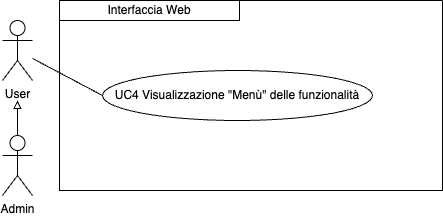
ShameIRL/farmacode keeps this draw.io diagram as imgs/Uml/UC4.png. Above is the earlier version. Source tidied: cells renumbered, new cells last; positions are measured from the earlier drawing's top-left corner, leaving out a move shared by most shapes.
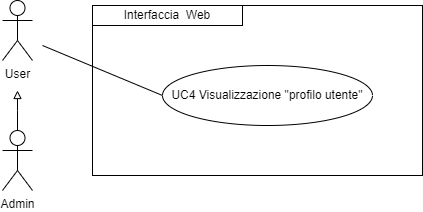
Above is the later version.

What changed in the source:
```diff
@@ -2,28 +2,34 @@
   <root>
     <mxCell id="0" />
     <mxCell id="1" parent="0" />
+    <mxCell id="9" style="edgeStyle=orthogonalEdgeStyle;rounded=0;jettySize=auto;html=1;strokeColor=#000000;endArrow=block;endFill=0;" parent="1" edge="1" source="7">
+      <mxGeometry relative="1" as="geometry">
+        <mxPoint x="105" y="185" as="targetPoint" />
+        <Array as="points">
+          <mxPoint x="105" y="205" />
+          <mxPoint x="105" y="205" />
+        </Array>
+      </mxGeometry>
+    </mxCell>
+    <mxCell id="7" value="Admin" style="shape=umlActor;verticalLabelPosition=bottom;verticalAlign=top;html=1;outlineConnect=0;" parent="1" vertex="1">
+      <mxGeometry x="90" y="225" width="30" height="60" as="geometry" />
+    </mxCell>
     <mxCell id="2" value="User" style="shape=umlActor;verticalLabelPosition=bottom;verticalAlign=top;html=1;outlineConnect=0;" parent="1" vertex="1">
-      <mxGeometry y="20" width="30" height="60" as="geometry" />
+      <mxGeometry x="90" y="95" width="30" height="60" as="geometry" />
     </mxCell>
-    <mxCell id="3" style="swimlane;startSize=0;" parent="1" vertex="1">
-      <mxGeometry x="57" width="383" height="190" as="geometry" />
-    </mxCell>
-    <mxCell id="4" value="UC4 Visualizzazione &quot;Menù&quot; delle funzionalità" style="ellipse;whiteSpace=wrap;html=1;" parent="3" vertex="1">
-      <mxGeometry x="43" y="70" width="270" height="50" as="geometry" />
-    </mxCell>
-    <mxCell id="5" value="Interfaccia Web" style="rounded=0;whiteSpace=wrap;html=1;" parent="3" vertex="1">
-      <mxGeometry width="180" height="20" as="geometry" />
-    </mxCell>
-    <mxCell id="6" style="edgeStyle=orthogonalEdgeStyle;rounded=0;jettySize=auto;html=1;exitX=0.5;exitY=0;exitDx=0;exitDy=0;exitPerimeter=0;endArrow=block;endFill=0;" parent="1" edge="1" source="7">
-      <mxGeometry relative="1" as="geometry">
-        <mxPoint x="15" y="100" as="targetPoint" />
-      </mxGeometry>
-    </mxCell>
-    <mxCell id="7" value="Admin" style="shape=umlActor;verticalLabelPosition=bottom;verticalAlign=top;html=1;outlineConnect=0;" parent="1" vertex="1">
-      <mxGeometry y="135" width="30" height="60" as="geometry" />
-    </mxCell>
-    <mxCell id="8" style="endArrow=none;html=1;rounded=0;entryX=0;entryY=0.5;entryDx=0;entryDy=0;" parent="1" edge="1" source="2" target="4">
-      <mxGeometry relative="1" as="geometry" />
-    </mxCell>
+    <mxCell id="10" style="rounded=0;whiteSpace=wrap;html=1;fillColor=none;" parent="1" vertex="1">
+      <mxGeometry x="180" y="100" width="330" height="170" as="geometry" />
+    </mxCell>
+    <mxCell id="11" value="&lt;div style=&quot;&quot;&gt;Interfaccia&amp;nbsp; W&lt;span style=&quot;background-color: initial;&quot;&gt;eb&lt;/span&gt;&lt;/div&gt;" style="rounded=0;whiteSpace=wrap;html=1;fillColor=none;align=center;" parent="1" vertex="1">
+      <mxGeometry x="180" y="100" width="150" height="20" as="geometry" />
+    </mxCell>
+    <mxCell id="12" value="UC4 Visualizzazione &quot;profilo utente&quot;" style="ellipse;whiteSpace=wrap;html=1;" parent="1" vertex="1">
+      <mxGeometry x="250" y="160" width="210" height="60" as="geometry" />
+    </mxCell>
+    <mxCell id="13" style="endArrow=none;html=1;rounded=0;entryX=0;entryY=0.5;entryDx=0;entryDy=0;" parent="1" edge="1" target="12">
+      <mxGeometry relative="1" as="geometry">
+        <mxPoint x="130" y="140" as="sourcePoint" />
+      </mxGeometry>
+    </mxCell>
   </root>
 </mxGraphModel>
```
